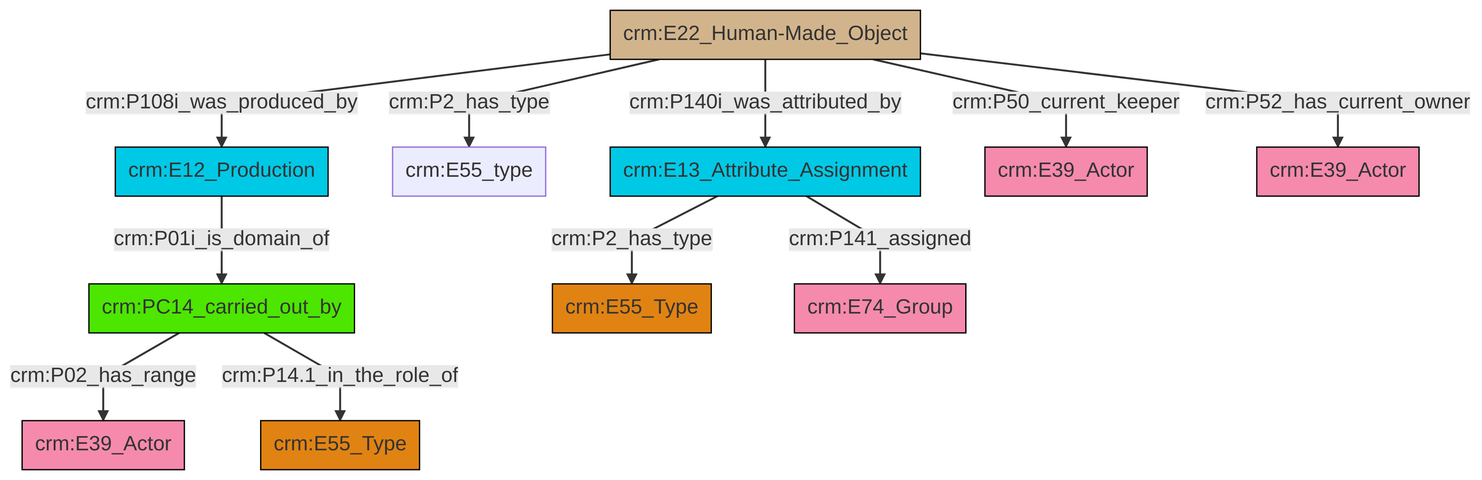
This is et/artworkCSV/ttl/mmd/png/Artwork_Actor_Relations.png from swiss-art-research-net/docs.swissartresearch, a Mermaid export, as it was before one commit. Its source is kept beside it as et/artworkCSV/ttl/mmd/Artwork_Actor_Relations.ttl.mmd.
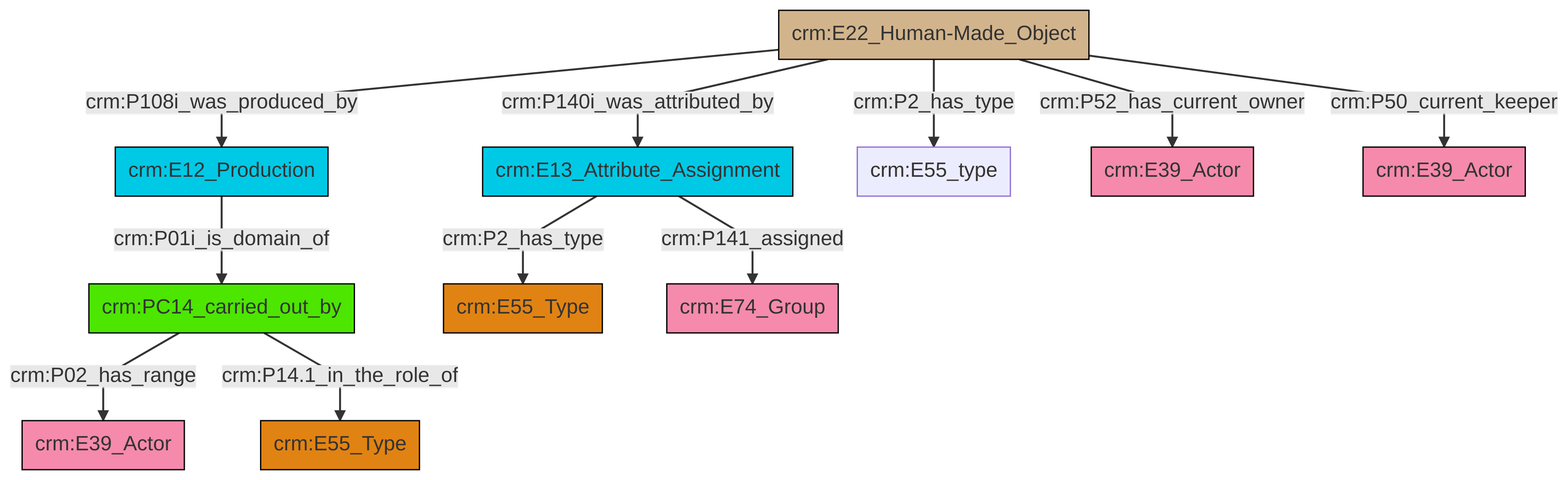
The same diagram one commit later.

What changed in the source:
```diff
@@ -14,12 +14,12 @@
 classDef Multi fill:#cccccc,stroke:#000000;
 
 0["crm:PC14_carried_out_by"]:::PC_Classes -->|crm:P02_has_range| 1["crm:E39_Actor"]:::Actor
-2["crm:E13_Attribute_Assignment"]:::Temporal_Entity -->|crm:P2_has_type| 9["crm:E55_Type"]:::Type
-10["crm:E12_Production"]:::Temporal_Entity -->|crm:P01i_is_domain_of| 0["crm:PC14_carried_out_by"]:::PC_Classes
-0["crm:PC14_carried_out_by"]:::PC_Classes -->|crm:P14.1_in_the_role_of| 4["crm:E55_Type"]:::Type
-12["crm:E22_Human-Made_Object"]:::Physical_Thing -->|crm:P50_current_keeper| 13["crm:E39_Actor"]:::Actor
-12["crm:E22_Human-Made_Object"]:::Physical_Thing -->|crm:P140i_was_attributed_by| 2["crm:E13_Attribute_Assignment"]:::Temporal_Entity
-12["crm:E22_Human-Made_Object"]:::Physical_Thing -->|crm:P108i_was_produced_by| 10["crm:E12_Production"]:::Temporal_Entity
-12["crm:E22_Human-Made_Object"]:::Physical_Thing -->|crm:P2_has_type| 7["crm:E55_type"]:::Default
-12["crm:E22_Human-Made_Object"]:::Physical_Thing -->|crm:P52_has_current_owner| 18["crm:E39_Actor"]:::Actor
-2["crm:E13_Attribute_Assignment"]:::Temporal_Entity -->|crm:P141_assigned| 21["crm:E74_Group"]:::Actor
+2["crm:E13_Attribute_Assignment"]:::Temporal_Entity -->|crm:P2_has_type| 3["crm:E55_Type"]:::Type
+5["crm:E22_Human-Made_Object"]:::Physical_Thing -->|crm:P108i_was_produced_by| 6["crm:E12_Production"]:::Temporal_Entity
+5["crm:E22_Human-Made_Object"]:::Physical_Thing -->|crm:P140i_was_attributed_by| 2["crm:E13_Attribute_Assignment"]:::Temporal_Entity
+6["crm:E12_Production"]:::Temporal_Entity -->|crm:P01i_is_domain_of| 0["crm:PC14_carried_out_by"]:::PC_Classes
+2["crm:E13_Attribute_Assignment"]:::Temporal_Entity -->|crm:P141_assigned| 19["crm:E74_Group"]:::Actor
+5["crm:E22_Human-Made_Object"]:::Physical_Thing -->|crm:P52_has_current_owner| 11["crm:E39_Actor"]:::Actor
+5["crm:E22_Human-Made_Object"]:::Physical_Thing -->|crm:P2_has_type| 8["crm:E55_type"]:::Default
+5["crm:E22_Human-Made_Object"]:::Physical_Thing -->|crm:P50_current_keeper| 14["crm:E39_Actor"]:::Actor
+0["crm:PC14_carried_out_by"]:::PC_Classes -->|crm:P14.1_in_the_role_of| 16["crm:E55_Type"]:::Type
```
